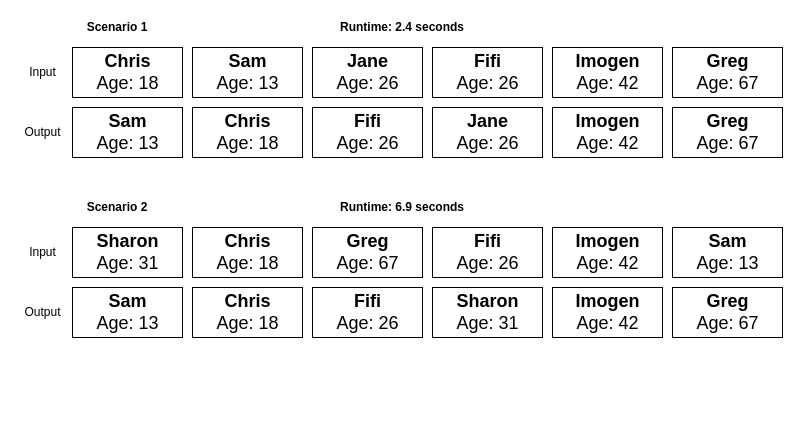
The draw.io diagram Untitled Diagram.drawio in Qantas94Heavy/COMP2521-20T3, before the edit. Source tidied: cells renumbered, new cells numbered last; positions are measured from the earlier drawing's top-left corner, leaving out a move shared by most shapes. Both pictures are drawn from the tidied source at 100%, with x=0, y=0 at pixel (17, 17).
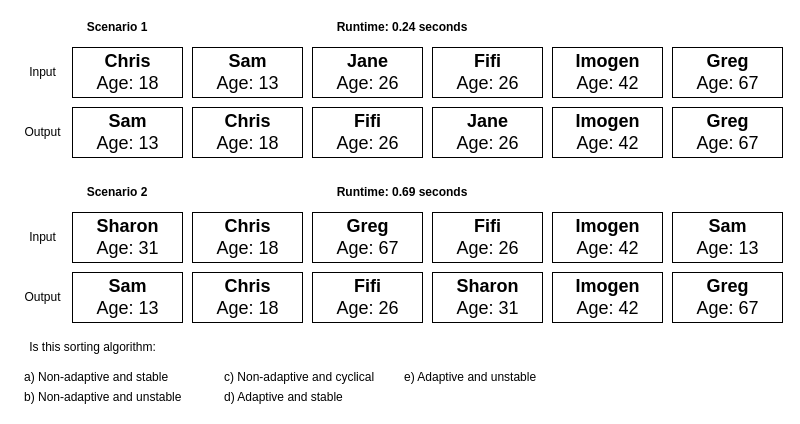
Above is the later version.

Diff of the diagram source:
```diff
@@
     <mxCell id="15" value="&lt;b&gt;Scenario 2&lt;/b&gt;" style="text;html=1;strokeColor=none;fillColor=none;align=center;verticalAlign=middle;whiteSpace=wrap;rounded=0;" parent="1" vertex="1">
-      <mxGeometry x="55" y="180" width="90" height="20" as="geometry" />
+      <mxGeometry x="55" y="165" width="90" height="20" as="geometry" />
     </mxCell>
     <mxCell id="16" value="&lt;font style=&quot;font-size: 18px&quot;&gt;&lt;b&gt;Sharon&lt;br&gt;&lt;/b&gt;Age: 31&lt;/font&gt;" style="html=1;" parent="1" vertex="1">
-      <mxGeometry x="55" y="210" width="110" height="50" as="geometry" />
+      <mxGeometry x="55" y="195" width="110" height="50" as="geometry" />
     </mxCell>
     <mxCell id="17" value="&lt;font style=&quot;font-size: 18px&quot;&gt;&lt;b&gt;Fifi&lt;br&gt;&lt;/b&gt;Age: 26&lt;/font&gt;" style="html=1;" parent="1" vertex="1">
-      <mxGeometry x="415" y="210" width="110" height="50" as="geometry" />
+      <mxGeometry x="415" y="195" width="110" height="50" as="geometry" />
     </mxCell>
     <mxCell id="18" value="&lt;font style=&quot;font-size: 18px&quot;&gt;&lt;b&gt;Chris&lt;br&gt;&lt;/b&gt;Age: 18&lt;br&gt;&lt;/font&gt;" style="html=1;" parent="1" vertex="1">
-      <mxGeometry x="175" y="210" width="110" height="50" as="geometry" />
+      <mxGeometry x="175" y="195" width="110" height="50" as="geometry" />
     </mxCell>
     <mxCell id="19" value="&lt;font style=&quot;font-size: 18px&quot;&gt;&lt;b&gt;Sam&lt;br&gt;&lt;/b&gt;Age: 13&lt;br&gt;&lt;/font&gt;" style="html=1;" parent="1" vertex="1">
-      <mxGeometry x="655" y="210" width="110" height="50" as="geometry" />
+      <mxGeometry x="655" y="195" width="110" height="50" as="geometry" />
     </mxCell>
     <mxCell id="20" value="&lt;font style=&quot;font-size: 18px&quot;&gt;&lt;b&gt;Imogen&lt;br&gt;&lt;/b&gt;Age: 42&lt;br&gt;&lt;/font&gt;" style="html=1;" parent="1" vertex="1">
-      <mxGeometry x="535" y="210" width="110" height="50" as="geometry" />
+      <mxGeometry x="535" y="195" width="110" height="50" as="geometry" />
     </mxCell>
     <mxCell id="21" value="&lt;font style=&quot;font-size: 18px&quot;&gt;&lt;b&gt;Sharon&lt;br&gt;&lt;/b&gt;Age: 31&lt;/font&gt;" style="html=1;" parent="1" vertex="1">
-      <mxGeometry x="415" y="270" width="110" height="50" as="geometry" />
+      <mxGeometry x="415" y="255" width="110" height="50" as="geometry" />
     </mxCell>
     <mxCell id="22" value="&lt;font style=&quot;font-size: 18px&quot;&gt;&lt;b&gt;Fifi&lt;br&gt;&lt;/b&gt;Age: 26&lt;/font&gt;" style="html=1;" parent="1" vertex="1">
-      <mxGeometry x="295" y="270" width="110" height="50" as="geometry" />
+      <mxGeometry x="295" y="255" width="110" height="50" as="geometry" />
     </mxCell>
     <mxCell id="23" value="&lt;font style=&quot;font-size: 18px&quot;&gt;&lt;b&gt;Chris&lt;br&gt;&lt;/b&gt;Age: 18&lt;br&gt;&lt;/font&gt;" style="html=1;" parent="1" vertex="1">
-      <mxGeometry x="175" y="270" width="110" height="50" as="geometry" />
+      <mxGeometry x="175" y="255" width="110" height="50" as="geometry" />
     </mxCell>
     <mxCell id="24" value="&lt;font style=&quot;font-size: 18px&quot;&gt;&lt;b&gt;Sam&lt;br&gt;&lt;/b&gt;Age: 13&lt;br&gt;&lt;/font&gt;" style="html=1;" parent="1" vertex="1">
-      <mxGeometry x="55" y="270" width="110" height="50" as="geometry" />
+      <mxGeometry x="55" y="255" width="110" height="50" as="geometry" />
     </mxCell>
     <mxCell id="25" value="&lt;font style=&quot;font-size: 18px&quot;&gt;&lt;b&gt;Imogen&lt;br&gt;&lt;/b&gt;Age: 42&lt;br&gt;&lt;/font&gt;" style="html=1;" parent="1" vertex="1">
-      <mxGeometry x="535" y="270" width="110" height="50" as="geometry" />
+      <mxGeometry x="535" y="255" width="110" height="50" as="geometry" />
     </mxCell>
     <mxCell id="26" value="&lt;font style=&quot;font-size: 18px&quot;&gt;&lt;b&gt;Greg&lt;br&gt;&lt;/b&gt;Age: 67&lt;br&gt;&lt;/font&gt;" style="html=1;" parent="1" vertex="1">
-      <mxGeometry x="295" y="210" width="110" height="50" as="geometry" />
+      <mxGeometry x="295" y="195" width="110" height="50" as="geometry" />
     </mxCell>
     <mxCell id="27" value="&lt;font style=&quot;font-size: 18px&quot;&gt;&lt;b&gt;Greg&lt;br&gt;&lt;/b&gt;Age: 67&lt;br&gt;&lt;/font&gt;" style="html=1;" parent="1" vertex="1">
-      <mxGeometry x="655" y="270" width="110" height="50" as="geometry" />
+      <mxGeometry x="655" y="255" width="110" height="50" as="geometry" />
     </mxCell>
-    <mxCell id="28" value="&lt;b&gt;Runtime: 2.4 seconds&lt;/b&gt;" style="text;html=1;strokeColor=none;fillColor=none;align=center;verticalAlign=middle;whiteSpace=wrap;rounded=0;" parent="1" vertex="1">
+    <mxCell id="28" value="&lt;b&gt;Runtime: 0.24 seconds&lt;/b&gt;" style="text;html=1;strokeColor=none;fillColor=none;align=center;verticalAlign=middle;whiteSpace=wrap;rounded=0;" parent="1" vertex="1">
       <mxGeometry x="305" width="160" height="20" as="geometry" />
     </mxCell>
-    <mxCell id="29" value="&lt;b&gt;Runtime: 6.9 seconds&lt;/b&gt;" style="text;html=1;strokeColor=none;fillColor=none;align=center;verticalAlign=middle;whiteSpace=wrap;rounded=0;" parent="1" vertex="1">
-      <mxGeometry x="305" y="180" width="160" height="20" as="geometry" />
+    <mxCell id="29" value="&lt;b&gt;Runtime: 0.69 seconds&lt;/b&gt;" style="text;html=1;strokeColor=none;fillColor=none;align=center;verticalAlign=middle;whiteSpace=wrap;rounded=0;" parent="1" vertex="1">
+      <mxGeometry x="305" y="165" width="160" height="20" as="geometry" />
     </mxCell>
@@
     <mxCell id="32" value="Output" style="text;html=1;align=center;verticalAlign=middle;" parent="1" vertex="1">
-      <mxGeometry y="285" width="50" height="20" as="geometry" />
+      <mxGeometry y="270" width="50" height="20" as="geometry" />
     </mxCell>
     <mxCell id="33" value="Input" style="text;html=1;align=center;verticalAlign=middle;" parent="1" vertex="1">
-      <mxGeometry x="5" y="225" width="40" height="20" as="geometry" />
+      <mxGeometry x="5" y="210" width="40" height="20" as="geometry" />
     </mxCell>
+    <mxCell id="34" value="Is this sorting algorithm:" style="text;html=1;align=center;verticalAlign=middle;" parent="1" vertex="1">
+      <mxGeometry x="5" y="320" width="140" height="20" as="geometry" />
+    </mxCell>
+    <mxCell id="35" value="a) Non-adaptive and stable" style="text;html=1;align=left;verticalAlign=middle;" parent="1" vertex="1">
+      <mxGeometry x="5" y="350" width="160" height="20" as="geometry" />
+    </mxCell>
+    <mxCell id="36" value="b) Non-adaptive and unstable" style="text;html=1;align=left;verticalAlign=middle;" parent="1" vertex="1">
+      <mxGeometry x="5" y="370" width="170" height="20" as="geometry" />
+    </mxCell>
+    <mxCell id="37" value="c) Non-adaptive and cyclical" style="text;html=1;align=left;verticalAlign=middle;" parent="1" vertex="1">
+      <mxGeometry x="205" y="350" width="170" height="20" as="geometry" />
+    </mxCell>
+    <mxCell id="38" value="d) Adaptive and stable" style="text;html=1;align=left;verticalAlign=middle;" parent="1" vertex="1">
+      <mxGeometry x="205" y="370" width="130" height="20" as="geometry" />
+    </mxCell>
+    <mxCell id="39" value="e) Adaptive and unstable" style="text;html=1;align=left;verticalAlign=middle;" parent="1" vertex="1">
+      <mxGeometry x="385" y="350" width="150" height="20" as="geometry" />
+    </mxCell>
```
